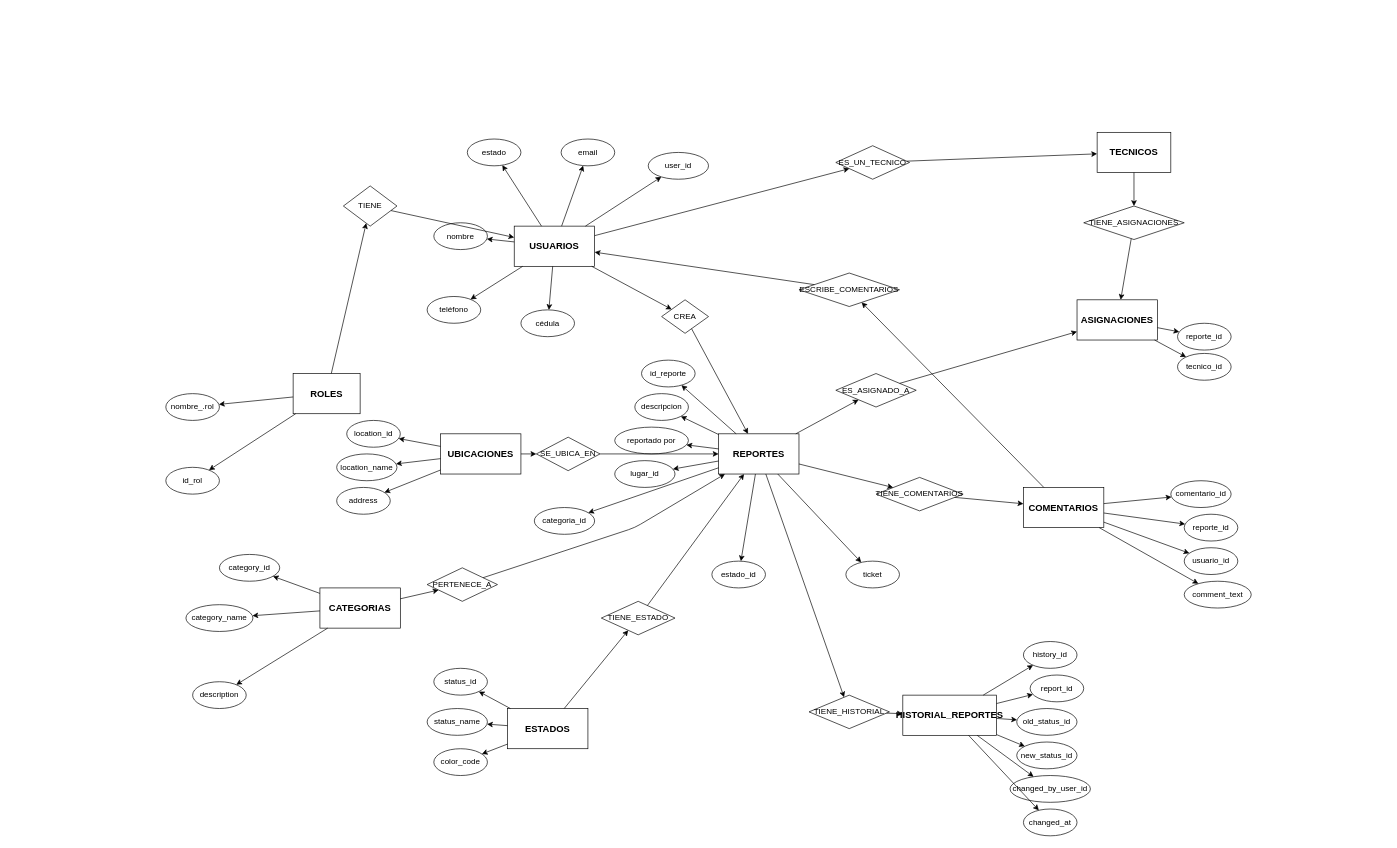
Earlier version of the draw.io diagram Diagrama EER FixCampus.drawio (LucarioZ4/FixCampus). Source tidied: cells renumbered, new cells numbered last; positions are measured from the earlier drawing's top-left corner, leaving out a move shared by most shapes. Both pictures are drawn from the tidied source at 67%, with x=0, y=0 at pixel (165, 132).
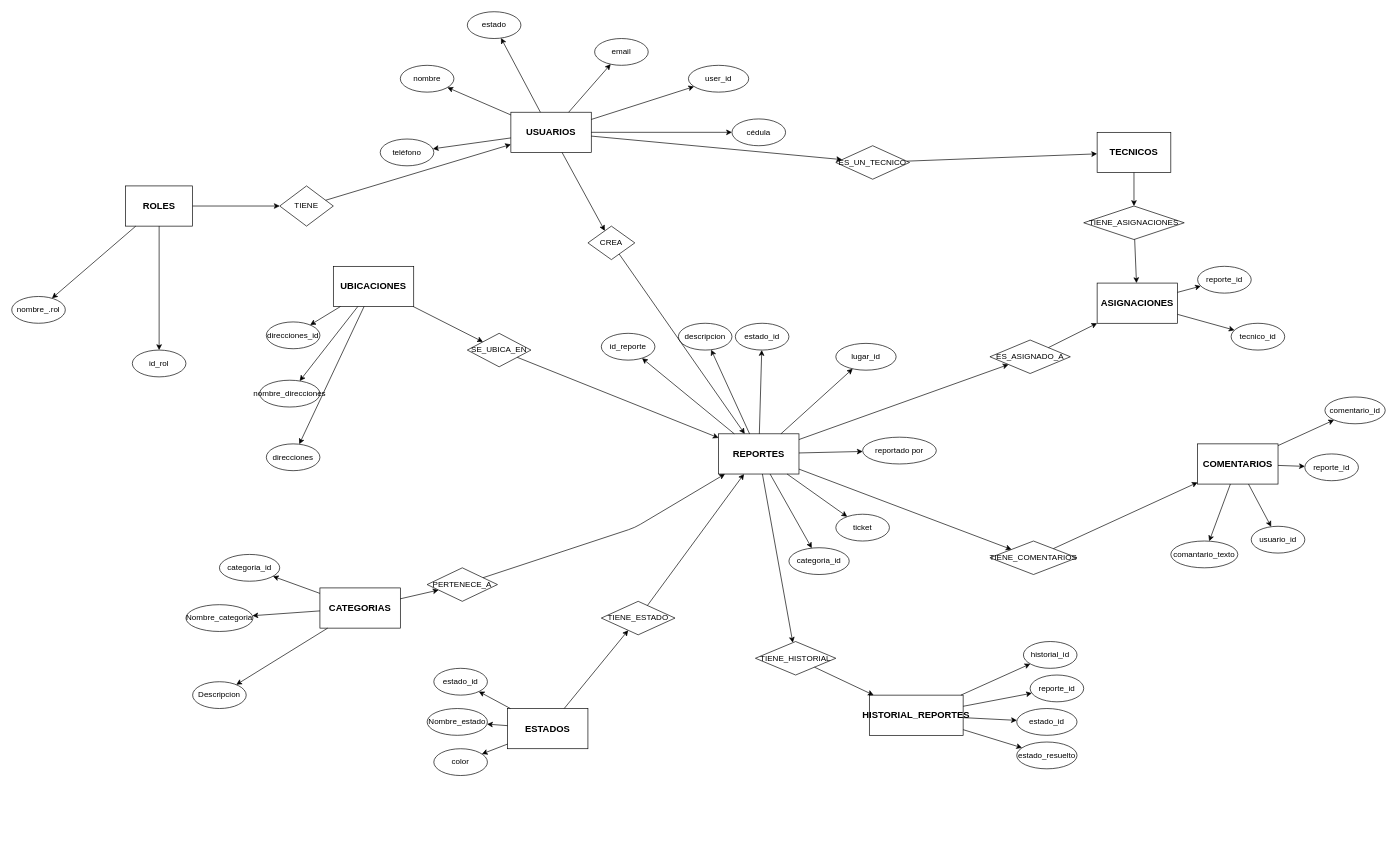
After the change.

Change to the diagram source:
```diff
@@
     <mxCell id="2" value="USUARIOS" style="rounded=0;whiteSpace=wrap;html=1;fillColor=#ffffff;strokeColor=#000000;fontStyle=1;fontSize=14;" parent="1" vertex="1">
-      <mxGeometry x="520" y="140" width="120" height="60" as="geometry" />
+      <mxGeometry x="515" y="-30" width="120" height="60" as="geometry" />
     </mxCell>
     <mxCell id="3" value="user_id" style="ellipse;whiteSpace=wrap;html=1;fillColor=#ffffff;strokeColor=#000000;" parent="1" vertex="1">
-      <mxGeometry x="720" y="30" width="90" height="40" as="geometry" />
+      <mxGeometry x="780" y="-100" width="90" height="40" as="geometry" />
     </mxCell>
     <mxCell id="4" value="email" style="ellipse;whiteSpace=wrap;html=1;fillColor=#ffffff;strokeColor=#000000;" parent="1" vertex="1">
-      <mxGeometry x="590" y="10" width="80" height="40" as="geometry" />
+      <mxGeometry x="640" y="-140" width="80" height="40" as="geometry" />
     </mxCell>
     <mxCell id="5" value="estado" style="ellipse;whiteSpace=wrap;html=1;fillColor=#ffffff;strokeColor=#000000;" parent="1" vertex="1">
-      <mxGeometry x="450" y="10" width="80" height="40" as="geometry" />
+      <mxGeometry x="450" y="-180" width="80" height="40" as="geometry" />
     </mxCell>
     <mxCell id="6" value="nombre" style="ellipse;whiteSpace=wrap;html=1;fillColor=#ffffff;strokeColor=#000000;" parent="1" vertex="1">
-      <mxGeometry x="400" y="135" width="80" height="40" as="geometry" />
+      <mxGeometry x="350" y="-100" width="80" height="40" as="geometry" />
     </mxCell>
     <mxCell id="7" value="teléfono" style="ellipse;whiteSpace=wrap;html=1;fillColor=#ffffff;strokeColor=#000000;" parent="1" vertex="1">
-      <mxGeometry x="390" y="245" width="80" height="40" as="geometry" />
+      <mxGeometry x="320" y="10" width="80" height="40" as="geometry" />
     </mxCell>
     <mxCell id="8" value="cédula" style="ellipse;whiteSpace=wrap;html=1;fillColor=#ffffff;strokeColor=#000000;" parent="1" vertex="1">
-      <mxGeometry x="530" y="265" width="80" height="40" as="geometry" />
+      <mxGeometry x="845" y="-20" width="80" height="40" as="geometry" />
     </mxCell>
@@
     <mxCell id="15" value="ROLES" style="rounded=0;whiteSpace=wrap;html=1;fillColor=#ffffff;strokeColor=#000000;fontStyle=1;fontSize=14;" parent="1" vertex="1">
-      <mxGeometry x="190" y="360" width="100" height="60" as="geometry" />
+      <mxGeometry x="-60" y="80" width="100" height="60" as="geometry" />
     </mxCell>
     <mxCell id="16" value="id_rol" style="ellipse;whiteSpace=wrap;html=1;fillColor=#ffffff;strokeColor=#000000;" parent="1" vertex="1">
-      <mxGeometry y="500" width="80" height="40" as="geometry" />
+      <mxGeometry x="-50" y="325" width="80" height="40" as="geometry" />
     </mxCell>
     <mxCell id="17" value="nombre_.rol" style="ellipse;whiteSpace=wrap;html=1;fillColor=#ffffff;strokeColor=#000000;" parent="1" vertex="1">
-      <mxGeometry y="390" width="80" height="40" as="geometry" />
+      <mxGeometry x="-230" y="245" width="80" height="40" as="geometry" />
     </mxCell>
@@
     <mxCell id="20" value="TIENE" style="rhombus;whiteSpace=wrap;html=1;fillColor=#ffffff;strokeColor=#000000;" parent="1" vertex="1">
-      <mxGeometry x="265" y="80" width="80" height="60" as="geometry" />
+      <mxGeometry x="170" y="80" width="80" height="60" as="geometry" />
     </mxCell>
@@
     <mxCell id="23" value="UBICACIONES" style="rounded=0;whiteSpace=wrap;html=1;fillColor=#ffffff;strokeColor=#000000;fontStyle=1;fontSize=14;" parent="1" vertex="1">
-      <mxGeometry x="410" y="450" width="120" height="60" as="geometry" />
+      <mxGeometry x="250" y="200" width="120" height="60" as="geometry" />
     </mxCell>
-    <mxCell id="24" value="location_id" style="ellipse;whiteSpace=wrap;html=1;fillColor=#ffffff;strokeColor=#000000;" parent="1" vertex="1">
-      <mxGeometry x="270" y="430" width="80" height="40" as="geometry" />
+    <mxCell id="24" value="direcciones_id" style="ellipse;whiteSpace=wrap;html=1;fillColor=#ffffff;strokeColor=#000000;" parent="1" vertex="1">
+      <mxGeometry x="150" y="283" width="80" height="40" as="geometry" />
     </mxCell>
-    <mxCell id="25" value="location_name" style="ellipse;whiteSpace=wrap;html=1;fillColor=#ffffff;strokeColor=#000000;" parent="1" vertex="1">
-      <mxGeometry x="255" y="480" width="90" height="40" as="geometry" />
+    <mxCell id="25" value="nombre_direcciones" style="ellipse;whiteSpace=wrap;html=1;fillColor=#ffffff;strokeColor=#000000;" parent="1" vertex="1">
+      <mxGeometry x="140" y="370" width="90" height="40" as="geometry" />
     </mxCell>
-    <mxCell id="26" value="address" style="ellipse;whiteSpace=wrap;html=1;fillColor=#ffffff;strokeColor=#000000;" parent="1" vertex="1">
-      <mxGeometry x="255" y="530" width="80" height="40" as="geometry" />
+    <mxCell id="26" value="direcciones" style="ellipse;whiteSpace=wrap;html=1;fillColor=#ffffff;strokeColor=#000000;" parent="1" vertex="1">
+      <mxGeometry x="150" y="465" width="80" height="40" as="geometry" />
     </mxCell>
@@
-    <mxCell id="31" value="category_id" style="ellipse;whiteSpace=wrap;html=1;fillColor=#ffffff;strokeColor=#000000;" parent="1" vertex="1">
+    <mxCell id="31" value="categoria_id" style="ellipse;whiteSpace=wrap;html=1;fillColor=#ffffff;strokeColor=#000000;" parent="1" vertex="1">
       <mxGeometry x="80" y="630" width="90" height="40" as="geometry" />
     </mxCell>
-    <mxCell id="32" value="category_name" style="ellipse;whiteSpace=wrap;html=1;fillColor=#ffffff;strokeColor=#000000;" parent="1" vertex="1">
+    <mxCell id="32" value="Nombre_categoria" style="ellipse;whiteSpace=wrap;html=1;fillColor=#ffffff;strokeColor=#000000;" parent="1" vertex="1">
       <mxGeometry x="30" y="705" width="100" height="40" as="geometry" />
     </mxCell>
-    <mxCell id="33" value="description" style="ellipse;whiteSpace=wrap;html=1;fillColor=#ffffff;strokeColor=#000000;" parent="1" vertex="1">
+    <mxCell id="33" value="Descripcion" style="ellipse;whiteSpace=wrap;html=1;fillColor=#ffffff;strokeColor=#000000;" parent="1" vertex="1">
       <mxGeometry x="40" y="820" width="80" height="40" as="geometry" />
     </mxCell>
@@
-    <mxCell id="38" value="status_id" style="ellipse;whiteSpace=wrap;html=1;fillColor=#ffffff;strokeColor=#000000;" parent="1" vertex="1">
+    <mxCell id="38" value="estado_id" style="ellipse;whiteSpace=wrap;html=1;fillColor=#ffffff;strokeColor=#000000;" parent="1" vertex="1">
       <mxGeometry x="400" y="800" width="80" height="40" as="geometry" />
     </mxCell>
-    <mxCell id="39" value="status_name" style="ellipse;whiteSpace=wrap;html=1;fillColor=#ffffff;strokeColor=#000000;" parent="1" vertex="1">
+    <mxCell id="39" value="Nombre_estado" style="ellipse;whiteSpace=wrap;html=1;fillColor=#ffffff;strokeColor=#000000;" parent="1" vertex="1">
       <mxGeometry x="390" y="860" width="90" height="40" as="geometry" />
     </mxCell>
-    <mxCell id="40" value="color_code" style="ellipse;whiteSpace=wrap;html=1;fillColor=#ffffff;strokeColor=#000000;" parent="1" vertex="1">
+    <mxCell id="40" value="color" style="ellipse;whiteSpace=wrap;html=1;fillColor=#ffffff;strokeColor=#000000;" parent="1" vertex="1">
       <mxGeometry x="400" y="920" width="80" height="40" as="geometry" />
     </mxCell>
@@
     <mxCell id="45" value="id_reporte" style="ellipse;whiteSpace=wrap;html=1;fillColor=#ffffff;strokeColor=#000000;" parent="1" vertex="1">
-      <mxGeometry x="710" y="340" width="80" height="40" as="geometry" />
+      <mxGeometry x="650" y="300" width="80" height="40" as="geometry" />
     </mxCell>
     <mxCell id="46" value="descripcion" style="ellipse;whiteSpace=wrap;html=1;fillColor=#ffffff;strokeColor=#000000;" parent="1" vertex="1">
-      <mxGeometry x="700" y="390" width="80" height="40" as="geometry" />
+      <mxGeometry x="765" y="285" width="80" height="40" as="geometry" />
     </mxCell>
     <mxCell id="47" value="reportado por" style="ellipse;whiteSpace=wrap;html=1;fillColor=#ffffff;strokeColor=#000000;" parent="1" vertex="1">
-      <mxGeometry x="670" y="440" width="110" height="40" as="geometry" />
+      <mxGeometry x="1040" y="455" width="110" height="40" as="geometry" />
     </mxCell>
     <mxCell id="48" value="lugar_id" style="ellipse;whiteSpace=wrap;html=1;fillColor=#ffffff;strokeColor=#000000;" parent="1" vertex="1">
-      <mxGeometry x="670" y="490" width="90" height="40" as="geometry" />
+      <mxGeometry x="1000" y="315" width="90" height="40" as="geometry" />
     </mxCell>
     <mxCell id="49" value="categoria_id" style="ellipse;whiteSpace=wrap;html=1;fillColor=#ffffff;strokeColor=#000000;" parent="1" vertex="1">
-      <mxGeometry x="550" y="560" width="90" height="40" as="geometry" />
+      <mxGeometry x="930" y="620" width="90" height="40" as="geometry" />
     </mxCell>
     <mxCell id="50" value="estado_id" style="ellipse;whiteSpace=wrap;html=1;fillColor=#ffffff;strokeColor=#000000;" parent="1" vertex="1">
-      <mxGeometry x="815" y="640" width="80" height="40" as="geometry" />
+      <mxGeometry x="850" y="285" width="80" height="40" as="geometry" />
     </mxCell>
     <mxCell id="51" value="ticket" style="ellipse;whiteSpace=wrap;html=1;fillColor=#ffffff;strokeColor=#000000;" parent="1" vertex="1">
-      <mxGeometry x="1015" y="640" width="80" height="40" as="geometry" />
+      <mxGeometry x="1000" y="570" width="80" height="40" as="geometry" />
     </mxCell>
@@
     <mxCell id="59" value="CREA" style="rhombus;whiteSpace=wrap;html=1;fillColor=#ffffff;strokeColor=#000000;" parent="1" vertex="1">
-      <mxGeometry x="740" y="250" width="70" height="50" as="geometry" />
+      <mxGeometry x="630" y="140" width="70" height="50" as="geometry" />
     </mxCell>
@@
     <mxCell id="62" value="SE_UBICA_EN" style="rhombus;whiteSpace=wrap;html=1;fillColor=#ffffff;strokeColor=#000000;" parent="1" vertex="1">
-      <mxGeometry x="553" y="455" width="95" height="50" as="geometry" />
+      <mxGeometry x="450" y="300" width="95" height="50" as="geometry" />
     </mxCell>
@@
     <mxCell id="75" value="ASIGNACIONES" style="rounded=0;whiteSpace=wrap;html=1;fillColor=#ffffff;strokeColor=#000000;fontStyle=1;fontSize=14;" parent="1" vertex="1">
-      <mxGeometry x="1360" y="250" width="120" height="60" as="geometry" />
+      <mxGeometry x="1390" y="225" width="120" height="60" as="geometry" />
     </mxCell>
     <mxCell id="76" value="reporte_id" style="ellipse;whiteSpace=wrap;html=1;fillColor=#ffffff;strokeColor=#000000;" parent="1" vertex="1">
-      <mxGeometry x="1510" y="285" width="80" height="40" as="geometry" />
+      <mxGeometry x="1540" y="200" width="80" height="40" as="geometry" />
     </mxCell>
     <mxCell id="77" value="tecnico_id" style="ellipse;whiteSpace=wrap;html=1;fillColor=#ffffff;strokeColor=#000000;" parent="1" vertex="1">
-      <mxGeometry x="1510" y="330" width="80" height="40" as="geometry" />
+      <mxGeometry x="1590" y="285" width="80" height="40" as="geometry" />
     </mxCell>
@@
     <mxCell id="83" value="ES_ASIGNADO_A" style="rhombus;whiteSpace=wrap;html=1;fillColor=#ffffff;strokeColor=#000000;" parent="1" vertex="1">
-      <mxGeometry x="1000" y="360" width="120" height="50" as="geometry" />
+      <mxGeometry x="1230" y="310" width="120" height="50" as="geometry" />
     </mxCell>
@@
     <mxCell id="86" value="COMENTARIOS" style="rounded=0;whiteSpace=wrap;html=1;fillColor=#ffffff;strokeColor=#000000;fontStyle=1;fontSize=14;" parent="1" vertex="1">
-      <mxGeometry x="1280" y="530" width="120" height="60" as="geometry" />
+      <mxGeometry x="1540" y="465" width="120" height="60" as="geometry" />
     </mxCell>
     <mxCell id="87" value="comentario_id" style="ellipse;whiteSpace=wrap;html=1;fillColor=#ffffff;strokeColor=#000000;" parent="1" vertex="1">
-      <mxGeometry x="1500" y="520" width="90" height="40" as="geometry" />
+      <mxGeometry x="1730" y="395" width="90" height="40" as="geometry" />
     </mxCell>
     <mxCell id="88" value="reporte_id" style="ellipse;whiteSpace=wrap;html=1;fillColor=#ffffff;strokeColor=#000000;" parent="1" vertex="1">
-      <mxGeometry x="1520" y="570" width="80" height="40" as="geometry" />
+      <mxGeometry x="1700" y="480" width="80" height="40" as="geometry" />
     </mxCell>
     <mxCell id="89" value="usuario_id" style="ellipse;whiteSpace=wrap;html=1;fillColor=#ffffff;strokeColor=#000000;" parent="1" vertex="1">
-      <mxGeometry x="1520" y="620" width="80" height="40" as="geometry" />
+      <mxGeometry x="1620" y="588" width="80" height="40" as="geometry" />
     </mxCell>
-    <mxCell id="90" value="comment_text" style="ellipse;whiteSpace=wrap;html=1;fillColor=#ffffff;strokeColor=#000000;" parent="1" vertex="1">
-      <mxGeometry x="1520" y="670" width="100" height="40" as="geometry" />
+    <mxCell id="90" value="comantario_texto" style="ellipse;whiteSpace=wrap;html=1;fillColor=#ffffff;strokeColor=#000000;" parent="1" vertex="1">
+      <mxGeometry x="1500" y="610" width="100" height="40" as="geometry" />
     </mxCell>
@@
     <mxCell id="95" value="TIENE_COMENTARIOS" style="rhombus;whiteSpace=wrap;html=1;fillColor=#ffffff;strokeColor=#000000;" parent="1" vertex="1">
-      <mxGeometry x="1060" y="515" width="130" height="50" as="geometry" />
+      <mxGeometry x="1230" y="610" width="130" height="50" as="geometry" />
     </mxCell>
@@
-    <mxCell id="98" value="ESCRIBE_COMENTARIOS" style="rhombus;whiteSpace=wrap;html=1;fillColor=#ffffff;strokeColor=#000000;" parent="1" vertex="1">
-      <mxGeometry x="945" y="210" width="150" height="50" as="geometry" />
-    </mxCell>
-    <mxCell id="99" parent="1" edge="1" source="86" target="98">
-      <mxGeometry relative="1" as="geometry" />
-    </mxCell>
-    <mxCell id="100" parent="1" edge="1" source="98" target="2">
-      <mxGeometry relative="1" as="geometry" />
-    </mxCell>
     <mxCell id="101" value="HISTORIAL_REPORTES" style="rounded=0;whiteSpace=wrap;html=1;fillColor=#ffffff;strokeColor=#000000;fontStyle=1;fontSize=14;" parent="1" vertex="1">
-      <mxGeometry x="1100" y="840" width="140" height="60" as="geometry" />
+      <mxGeometry x="1050" y="840" width="140" height="60" as="geometry" />
     </mxCell>
-    <mxCell id="102" value="history_id" style="ellipse;whiteSpace=wrap;html=1;fillColor=#ffffff;strokeColor=#000000;" parent="1" vertex="1">
+    <mxCell id="102" value="historial_id" style="ellipse;whiteSpace=wrap;html=1;fillColor=#ffffff;strokeColor=#000000;" parent="1" vertex="1">
       <mxGeometry x="1280" y="760" width="80" height="40" as="geometry" />
     </mxCell>
-    <mxCell id="103" value="report_id" style="ellipse;whiteSpace=wrap;html=1;fillColor=#ffffff;strokeColor=#000000;" parent="1" vertex="1">
+    <mxCell id="103" value="reporte_id" style="ellipse;whiteSpace=wrap;html=1;fillColor=#ffffff;strokeColor=#000000;" parent="1" vertex="1">
       <mxGeometry x="1290" y="810" width="80" height="40" as="geometry" />
     </mxCell>
-    <mxCell id="104" value="old_status_id" style="ellipse;whiteSpace=wrap;html=1;fillColor=#ffffff;strokeColor=#000000;" parent="1" vertex="1">
+    <mxCell id="104" value="estado_id" style="ellipse;whiteSpace=wrap;html=1;fillColor=#ffffff;strokeColor=#000000;" parent="1" vertex="1">
       <mxGeometry x="1270" y="860" width="90" height="40" as="geometry" />
     </mxCell>
-    <mxCell id="105" value="new_status_id" style="ellipse;whiteSpace=wrap;html=1;fillColor=#ffffff;strokeColor=#000000;" parent="1" vertex="1">
+    <mxCell id="105" value="estado_resuelto" style="ellipse;whiteSpace=wrap;html=1;fillColor=#ffffff;strokeColor=#000000;" parent="1" vertex="1">
       <mxGeometry x="1270" y="910" width="90" height="40" as="geometry" />
     </mxCell>
-    <mxCell id="106" value="changed_by_user_id" style="ellipse;whiteSpace=wrap;html=1;fillColor=#ffffff;strokeColor=#000000;" parent="1" vertex="1">
-      <mxGeometry x="1260" y="960" width="120" height="40" as="geometry" />
-    </mxCell>
-    <mxCell id="107" value="changed_at" style="ellipse;whiteSpace=wrap;html=1;fillColor=#ffffff;strokeColor=#000000;" parent="1" vertex="1">
-      <mxGeometry x="1280" y="1010" width="80" height="40" as="geometry" />
-    </mxCell>
@@
-    <mxCell id="112" parent="1" edge="1" source="101" target="106">
-      <mxGeometry relative="1" as="geometry" />
-    </mxCell>
-    <mxCell id="113" parent="1" edge="1" source="101" target="107">
-      <mxGeometry relative="1" as="geometry" />
-    </mxCell>
     <mxCell id="114" value="TIENE_HISTORIAL" style="rhombus;whiteSpace=wrap;html=1;fillColor=#ffffff;strokeColor=#000000;" parent="1" vertex="1">
-      <mxGeometry x="960" y="840" width="120" height="50" as="geometry" />
+      <mxGeometry x="880" y="760" width="120" height="50" as="geometry" />
     </mxCell>
```
